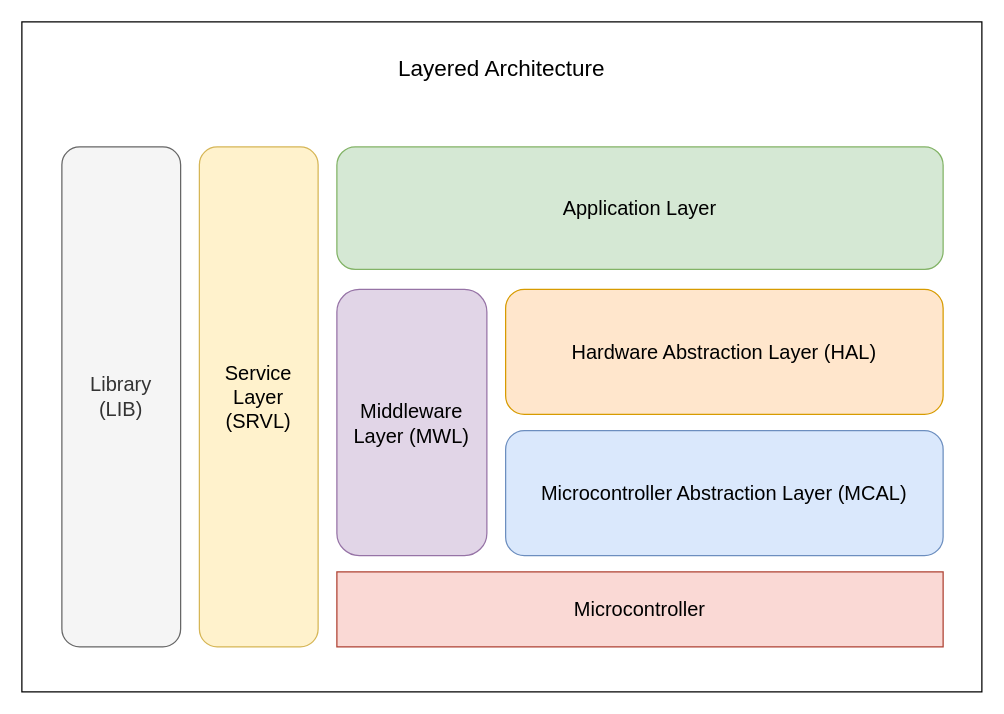
The draw.io diagram Documents/Diagrams/Layered Architecture/Small OS - Layered Architecture.drawio in AbdelrhmanWalaa/Small-OS, before the edit. Source tidied: cells renumbered, new cells numbered last; positions are measured from the earlier drawing's top-left corner, leaving out a move shared by most shapes. Both pictures are drawn from the tidied source at 125%, with x=0, y=0 at pixel (21, 21).
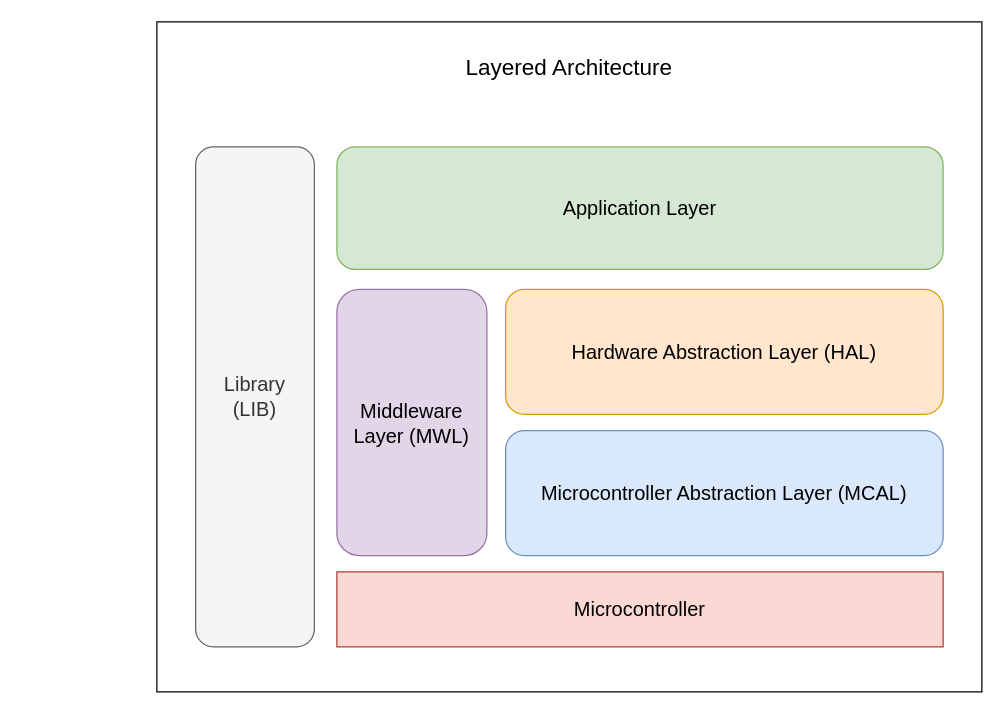
Above is the later version.

What changed in the source:
```diff
@@
 <mxGraphModel>
   <root>
     <mxCell id="0" />
     <mxCell id="1" parent="0" />
     <mxCell id="2" style="rounded=0;whiteSpace=wrap;html=1;fontSize=16;" parent="1" vertex="1">
-      <mxGeometry width="768" height="536" as="geometry" />
+      <mxGeometry x="108" width="660" height="536" as="geometry" />
     </mxCell>
     <mxCell id="3" value="Microcontroller Abstraction Layer (MCAL)" style="rounded=1;whiteSpace=wrap;html=1;fontSize=16;fillColor=#dae8fc;strokeColor=#6c8ebf;" parent="1" vertex="1">
       <mxGeometry x="387" y="327" width="350" height="100" as="geometry" />
     </mxCell>
     <mxCell id="4" value="Hardware Abstraction Layer (HAL)" style="rounded=1;whiteSpace=wrap;html=1;fontSize=16;fillColor=#ffe6cc;strokeColor=#d79b00;" parent="1" vertex="1">
       <mxGeometry x="387" y="214" width="350" height="100" as="geometry" />
     </mxCell>
     <mxCell id="5" value="Application Layer" style="rounded=1;whiteSpace=wrap;html=1;fontSize=16;fillColor=#d5e8d4;strokeColor=#82b366;" parent="1" vertex="1">
       <mxGeometry x="252" y="100" width="485" height="98" as="geometry" />
     </mxCell>
     <mxCell id="6" value="Library&lt;br&gt;(LIB)" style="rounded=1;whiteSpace=wrap;html=1;fontSize=16;fillColor=#f5f5f5;fontColor=#333333;strokeColor=#666666;" parent="1" vertex="1">
-      <mxGeometry x="32" y="100" width="95" height="400" as="geometry" />
+      <mxGeometry x="139" y="100" width="95" height="400" as="geometry" />
     </mxCell>
     <mxCell id="7" value="&lt;font style=&quot;font-size: 18px;&quot;&gt;Layered Architecture&lt;/font&gt;" style="text;html=1;strokeColor=none;fillColor=none;align=center;verticalAlign=middle;whiteSpace=wrap;rounded=0;fontSize=16;" parent="1" vertex="1">
-      <mxGeometry x="259" y="23" width="250" height="30" as="geometry" />
+      <mxGeometry x="313" y="22" width="250" height="30" as="geometry" />
     </mxCell>
     <mxCell id="8" value="Microcontroller" style="rounded=0;whiteSpace=wrap;html=1;fontSize=16;fillColor=#fad9d5;strokeColor=#ae4132;" parent="1" vertex="1">
       <mxGeometry x="252" y="440" width="485" height="60" as="geometry" />
     </mxCell>
-    <mxCell id="9" value="Service&lt;br&gt;Layer&lt;br&gt;(SRVL)" style="rounded=1;whiteSpace=wrap;html=1;fontSize=16;fillColor=#fff2cc;strokeColor=#d6b656;" parent="1" vertex="1">
-      <mxGeometry x="142" y="100" width="95" height="400" as="geometry" />
-    </mxCell>
     <mxCell id="10" value="Middleware Layer (MWL)" style="rounded=1;whiteSpace=wrap;html=1;fontSize=16;fillColor=#e1d5e7;strokeColor=#9673a6;" parent="1" vertex="1">
       <mxGeometry x="252" y="214" width="120" height="213" as="geometry" />
     </mxCell>
   </root>
 </mxGraphModel>
```
